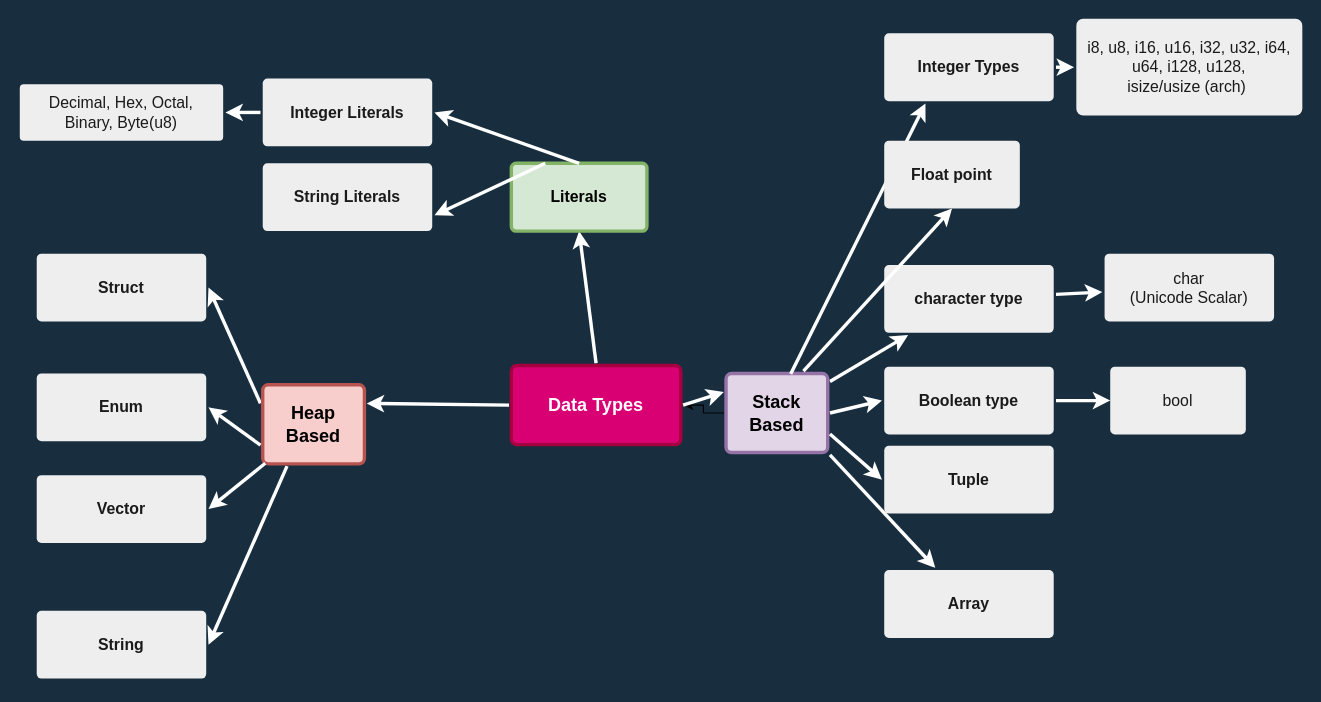
Above: page "Data Types" (1 of 2) of datatypes.drawio in gftea/rust_lang_notes (draw.io), before the change. Source tidied: cells renumbered, new cells numbered last; positions are measured from the earlier drawing's top-left corner, leaving out a move shared by most shapes. Both pictures are drawn from the tidied source at 113%, with x=0, y=0 at pixel (19, 18).
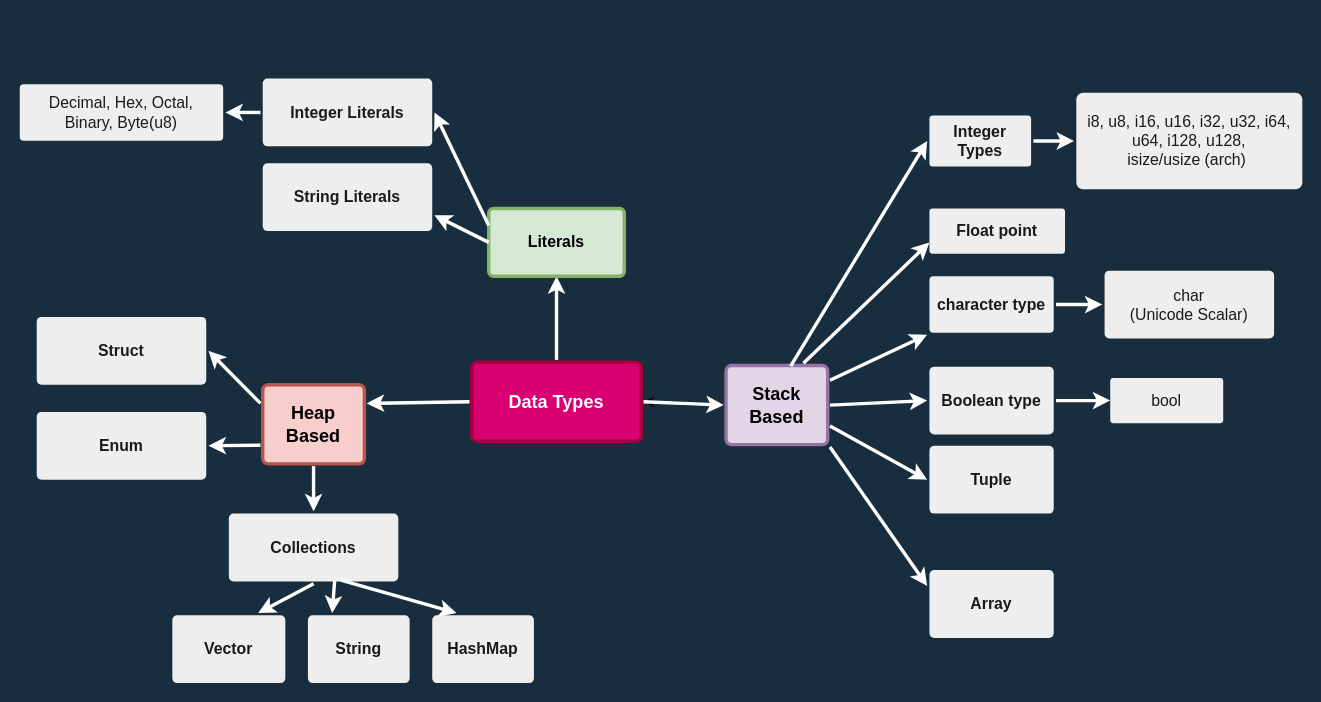
The same page after the edit.

The change refers to these unchanged cells:
```xml
<mxCell id="8" value="Integer Literals" style="rounded=1;whiteSpace=wrap;html=1;shadow=0;labelBackgroundColor=none;strokeColor=none;strokeWidth=3;fillColor=#EEEEEE;fontFamily=Helvetica;fontSize=14;fontColor=#1A1A1A;align=center;spacing=5;fontStyle=1;arcSize=7;perimeterSpacing=2;" parent="1" vertex="1">
  <mxGeometry x="215" y="53" width="150" height="60" as="geometry" />
</mxCell>
<mxCell id="30" value="Heap Based" style="rounded=1;whiteSpace=wrap;html=1;shadow=0;labelBackgroundColor=none;strokeColor=#b85450;strokeWidth=3;fillColor=#f8cecc;fontFamily=Helvetica;fontSize=16;align=center;fontStyle=1;spacing=5;arcSize=7;perimeterSpacing=2;" parent="1" vertex="1">
  <mxGeometry x="215" y="324" width="90" height="70" as="geometry" />
</mxCell>
<mxCell id="34" value="String Literals" style="rounded=1;whiteSpace=wrap;html=1;shadow=0;labelBackgroundColor=none;strokeColor=none;strokeWidth=3;fillColor=#EEEEEE;fontFamily=Helvetica;fontSize=14;fontColor=#1A1A1A;align=center;spacing=5;fontStyle=1;arcSize=7;perimeterSpacing=2;" parent="1" vertex="1">
  <mxGeometry x="215" y="128" width="150" height="60" as="geometry" />
</mxCell>
```

Diff of the diagram source:
```diff
@@
-    <mxCell id="4" style="edgeStyle=none;rounded=0;jumpStyle=none;html=1;shadow=0;labelBackgroundColor=none;startArrow=none;startFill=0;endArrow=classic;endFill=1;jettySize=auto;strokeColor=#FFFFFF;strokeWidth=3;fontFamily=Helvetica;fontSize=16;fontColor=#FFFFFF;spacing=5;entryX=1;entryY=0.5;entryDx=0;entryDy=0;exitX=0.25;exitY=1;exitDx=0;exitDy=0;" parent="1" edge="1" source="30" target="26">
+    <mxCell id="4" style="edgeStyle=none;rounded=0;jumpStyle=none;html=1;shadow=0;labelBackgroundColor=none;startArrow=none;startFill=0;endArrow=classic;endFill=1;jettySize=auto;strokeColor=#FFFFFF;strokeWidth=3;fontFamily=Helvetica;fontSize=16;fontColor=#FFFFFF;spacing=5;exitX=0.5;exitY=1;exitDx=0;exitDy=0;" parent="1" edge="1" source="30" target="42">
       <mxGeometry relative="1" as="geometry" />
     </mxCell>
@@
     <mxCell id="7" value="Stack Based" style="rounded=1;whiteSpace=wrap;html=1;shadow=0;labelBackgroundColor=none;strokeColor=#9673a6;strokeWidth=3;fillColor=#e1d5e7;fontFamily=Helvetica;fontSize=16;align=center;fontStyle=1;spacing=5;arcSize=7;perimeterSpacing=2;" parent="1" vertex="1">
-      <mxGeometry x="625" y="314" width="90" height="70" as="geometry" />
+      <mxGeometry x="625" y="307" width="90" height="70" as="geometry" />
     </mxCell>
@@
     <mxCell id="10" value="character type" style="rounded=1;whiteSpace=wrap;html=1;shadow=0;labelBackgroundColor=none;strokeColor=none;strokeWidth=3;fillColor=#EEEEEE;fontFamily=Helvetica;fontSize=14;fontColor=#1A1A1A;align=center;spacing=5;fontStyle=1;arcSize=7;perimeterSpacing=2;" parent="1" vertex="1">
-      <mxGeometry x="765" y="218" width="150" height="60" as="geometry" />
+      <mxGeometry x="805" y="228" width="110" height="50" as="geometry" />
     </mxCell>
     <mxCell id="11" value="char&lt;br&gt;(Unicode Scalar)" style="rounded=1;whiteSpace=wrap;html=1;shadow=0;labelBackgroundColor=none;strokeColor=none;strokeWidth=3;fillColor=#EEEEEE;fontFamily=Helvetica;fontSize=14;fontColor=#1A1A1A;align=center;spacing=5;fontStyle=0;arcSize=7;perimeterSpacing=2;" parent="1" vertex="1">
-      <mxGeometry x="960" y="208" width="150" height="60" as="geometry" />
+      <mxGeometry x="960" y="223" width="150" height="60" as="geometry" />
     </mxCell>
@@
     <mxCell id="13" value="Literals" style="whiteSpace=wrap;html=1;fontSize=14;fillColor=#d5e8d4;strokeColor=#82b366;rounded=1;shadow=0;labelBackgroundColor=none;strokeWidth=3;spacing=5;fontStyle=1;arcSize=7;" parent="1" vertex="1">
-      <mxGeometry x="435" y="128" width="120" height="60" as="geometry" />
+      <mxGeometry x="415" y="168" width="120" height="60" as="geometry" />
     </mxCell>
-    <mxCell id="14" style="edgeStyle=none;rounded=0;jumpStyle=none;html=1;shadow=0;labelBackgroundColor=none;startArrow=none;startFill=0;endArrow=classic;endFill=1;jettySize=auto;strokeColor=#FFFFFF;strokeWidth=3;fontFamily=Helvetica;fontSize=14;fontColor=#FFFFFF;spacing=5;entryX=1;entryY=0.5;entryDx=0;entryDy=0;exitX=0.5;exitY=0;exitDx=0;exitDy=0;" parent="1" edge="1" source="13" target="8">
+    <mxCell id="14" style="edgeStyle=none;rounded=0;jumpStyle=none;html=1;shadow=0;labelBackgroundColor=none;startArrow=none;startFill=0;endArrow=classic;endFill=1;jettySize=auto;strokeColor=#FFFFFF;strokeWidth=3;fontFamily=Helvetica;fontSize=14;fontColor=#FFFFFF;spacing=5;entryX=1;entryY=0.5;entryDx=0;entryDy=0;exitX=0;exitY=0.25;exitDx=0;exitDy=0;" parent="1" edge="1" source="13" target="8">
       <mxGeometry relative="1" as="geometry" />
     </mxCell>
-    <mxCell id="15" style="edgeStyle=none;rounded=0;jumpStyle=none;html=1;shadow=0;labelBackgroundColor=none;startArrow=none;startFill=0;endArrow=classic;endFill=1;jettySize=auto;strokeColor=#FFFFFF;strokeWidth=3;fontFamily=Helvetica;fontSize=14;fontColor=#FFFFFF;spacing=5;exitX=0.63;exitY=0.034;exitDx=0;exitDy=0;entryX=0.25;entryY=1;entryDx=0;entryDy=0;exitPerimeter=0;" parent="1" edge="1" source="7" target="17">
+    <mxCell id="15" style="edgeStyle=none;rounded=0;jumpStyle=none;html=1;shadow=0;labelBackgroundColor=none;startArrow=none;startFill=0;endArrow=classic;endFill=1;jettySize=auto;strokeColor=#FFFFFF;strokeWidth=3;fontFamily=Helvetica;fontSize=14;fontColor=#FFFFFF;spacing=5;exitX=0.63;exitY=0.034;exitDx=0;exitDy=0;entryX=0;entryY=0.5;entryDx=0;entryDy=0;exitPerimeter=0;" parent="1" edge="1" source="7" target="17">
       <mxGeometry relative="1" as="geometry" />
     </mxCell>
@@
     <mxCell id="17" value="Integer Types" style="rounded=1;whiteSpace=wrap;html=1;shadow=0;labelBackgroundColor=none;strokeColor=none;strokeWidth=3;fillColor=#EEEEEE;fontFamily=Helvetica;fontSize=14;fontColor=#1A1A1A;align=center;spacing=5;fontStyle=1;arcSize=7;perimeterSpacing=2;" parent="1" vertex="1">
-      <mxGeometry x="765" y="13" width="150" height="60" as="geometry" />
+      <mxGeometry x="805" y="85.8" width="90" height="45" as="geometry" />
     </mxCell>
     <mxCell id="18" value="&lt;span style=&quot;font-weight: normal;&quot;&gt;i8, u8, i16, u16, i32, u32, i64, u64, i128, u128, &lt;br&gt;isize/usize (arch)&amp;nbsp;&lt;/span&gt;" style="rounded=1;whiteSpace=wrap;html=1;shadow=0;labelBackgroundColor=none;strokeColor=none;strokeWidth=3;fillColor=#EEEEEE;fontFamily=Helvetica;fontSize=14;fontColor=#1A1A1A;align=center;spacing=5;fontStyle=1;arcSize=7;perimeterSpacing=2;" parent="1" vertex="1">
-      <mxGeometry x="935" y="0.2" width="200" height="85.5" as="geometry" />
+      <mxGeometry x="935" y="65.5" width="200" height="85.5" as="geometry" />
     </mxCell>
     <mxCell id="19" value="Boolean type" style="rounded=1;whiteSpace=wrap;html=1;shadow=0;labelBackgroundColor=none;strokeColor=none;strokeWidth=3;fillColor=#EEEEEE;fontFamily=Helvetica;fontSize=14;fontColor=#1A1A1A;align=center;spacing=5;fontStyle=1;arcSize=7;perimeterSpacing=2;" parent="1" vertex="1">
-      <mxGeometry x="765" y="308" width="150" height="60" as="geometry" />
+      <mxGeometry x="805" y="308" width="110" height="60" as="geometry" />
     </mxCell>
     <mxCell id="20" value="&lt;span style=&quot;font-weight: normal;&quot;&gt;bool&lt;/span&gt;" style="whiteSpace=wrap;html=1;fontSize=14;fillColor=#EEEEEE;strokeColor=none;fontColor=#1A1A1A;rounded=1;shadow=0;labelBackgroundColor=none;strokeWidth=3;spacing=5;fontStyle=1;arcSize=7;" parent="1" vertex="1">
-      <mxGeometry x="965" y="308" width="120" height="60" as="geometry" />
+      <mxGeometry x="965" y="318" width="100" height="40" as="geometry" />
     </mxCell>
-    <mxCell id="21" style="edgeStyle=none;rounded=0;jumpStyle=none;html=1;shadow=0;labelBackgroundColor=none;startArrow=none;startFill=0;endArrow=classic;endFill=1;jettySize=auto;strokeColor=#FFFFFF;strokeWidth=3;fontFamily=Helvetica;fontSize=16;fontColor=#FFFFFF;spacing=5;entryX=0.5;entryY=1;entryDx=0;entryDy=0;exitX=0.75;exitY=0;exitDx=0;exitDy=0;" parent="1" edge="1" source="7" target="22">
+    <mxCell id="21" style="edgeStyle=none;rounded=0;jumpStyle=none;html=1;shadow=0;labelBackgroundColor=none;startArrow=none;startFill=0;endArrow=classic;endFill=1;jettySize=auto;strokeColor=#FFFFFF;strokeWidth=3;fontFamily=Helvetica;fontSize=16;fontColor=#FFFFFF;spacing=5;entryX=0;entryY=0.75;entryDx=0;entryDy=0;exitX=0.75;exitY=0;exitDx=0;exitDy=0;" parent="1" edge="1" source="7" target="22">
       <mxGeometry relative="1" as="geometry" />
     </mxCell>
     <mxCell id="22" value="Float point" style="whiteSpace=wrap;html=1;fontSize=14;fillColor=#EEEEEE;strokeColor=none;fontColor=#1A1A1A;rounded=1;shadow=0;labelBackgroundColor=none;strokeWidth=3;spacing=5;fontStyle=1;arcSize=7;" parent="1" vertex="1">
-      <mxGeometry x="765" y="108" width="120" height="60" as="geometry" />
+      <mxGeometry x="805" y="168" width="120" height="40" as="geometry" />
     </mxCell>
     <mxCell id="23" value="Tuple" style="rounded=1;whiteSpace=wrap;html=1;shadow=0;labelBackgroundColor=none;strokeColor=none;strokeWidth=3;fillColor=#EEEEEE;fontFamily=Helvetica;fontSize=14;fontColor=#1A1A1A;align=center;spacing=5;fontStyle=1;arcSize=7;perimeterSpacing=2;" parent="1" vertex="1">
-      <mxGeometry x="765" y="378" width="150" height="60" as="geometry" />
+      <mxGeometry x="805" y="378" width="110" height="60" as="geometry" />
     </mxCell>
     <mxCell id="24" value="Array" style="rounded=1;whiteSpace=wrap;html=1;shadow=0;labelBackgroundColor=none;strokeColor=none;strokeWidth=3;fillColor=#EEEEEE;fontFamily=Helvetica;fontSize=14;fontColor=#1A1A1A;align=center;spacing=5;fontStyle=1;arcSize=7;perimeterSpacing=2;" parent="1" vertex="1">
-      <mxGeometry x="765" y="488" width="150" height="60" as="geometry" />
+      <mxGeometry x="805" y="488" width="110" height="60" as="geometry" />
     </mxCell>
-    <mxCell id="25" style="edgeStyle=none;rounded=0;jumpStyle=none;html=1;shadow=0;labelBackgroundColor=none;startArrow=none;startFill=0;endArrow=classic;endFill=1;jettySize=auto;strokeColor=#FFFFFF;strokeWidth=3;fontFamily=Helvetica;fontSize=16;fontColor=#FFFFFF;spacing=5;exitX=1;exitY=1;exitDx=0;exitDy=0;" parent="1" edge="1" source="7" target="24">
+    <mxCell id="25" style="edgeStyle=none;rounded=0;jumpStyle=none;html=1;shadow=0;labelBackgroundColor=none;startArrow=none;startFill=0;endArrow=classic;endFill=1;jettySize=auto;strokeColor=#FFFFFF;strokeWidth=3;fontFamily=Helvetica;fontSize=16;fontColor=#FFFFFF;spacing=5;exitX=1;exitY=1;exitDx=0;exitDy=0;entryX=0;entryY=0.25;entryDx=0;entryDy=0;" parent="1" edge="1" source="7" target="24">
       <mxGeometry relative="1" as="geometry" />
     </mxCell>
     <mxCell id="26" value="String" style="rounded=1;whiteSpace=wrap;html=1;shadow=0;labelBackgroundColor=none;strokeColor=none;strokeWidth=3;fillColor=#EEEEEE;fontFamily=Helvetica;fontSize=14;fontColor=#1A1A1A;align=center;spacing=5;fontStyle=1;arcSize=7;perimeterSpacing=2;" parent="1" vertex="1">
-      <mxGeometry x="15" y="524" width="150" height="60" as="geometry" />
+      <mxGeometry x="255" y="528" width="90" height="60" as="geometry" />
     </mxCell>
     <mxCell id="27" value="Struct" style="rounded=1;whiteSpace=wrap;html=1;shadow=0;labelBackgroundColor=none;strokeColor=none;strokeWidth=3;fillColor=#EEEEEE;fontFamily=Helvetica;fontSize=14;fontColor=#1A1A1A;align=center;spacing=5;fontStyle=1;arcSize=7;perimeterSpacing=2;" parent="1" vertex="1">
-      <mxGeometry x="15" y="208" width="150" height="60" as="geometry" />
+      <mxGeometry x="15" y="264" width="150" height="60" as="geometry" />
     </mxCell>
     <mxCell id="28" value="Enum" style="rounded=1;whiteSpace=wrap;html=1;shadow=0;labelBackgroundColor=none;strokeColor=none;strokeWidth=3;fillColor=#EEEEEE;fontFamily=Helvetica;fontSize=14;fontColor=#1A1A1A;align=center;spacing=5;fontStyle=1;arcSize=7;perimeterSpacing=2;" parent="1" vertex="1">
-      <mxGeometry x="15" y="314" width="150" height="60" as="geometry" />
+      <mxGeometry x="15" y="348" width="150" height="60" as="geometry" />
     </mxCell>
     <mxCell id="29" value="Vector" style="rounded=1;whiteSpace=wrap;html=1;shadow=0;labelBackgroundColor=none;strokeColor=none;strokeWidth=3;fillColor=#EEEEEE;fontFamily=Helvetica;fontSize=14;fontColor=#1A1A1A;align=center;spacing=5;fontStyle=1;arcSize=7;perimeterSpacing=2;" parent="1" vertex="1">
-      <mxGeometry x="15" y="404" width="150" height="60" as="geometry" />
+      <mxGeometry x="135" y="528" width="100" height="60" as="geometry" />
     </mxCell>
@@
-    <mxCell id="32" style="edgeStyle=none;rounded=0;jumpStyle=none;html=1;shadow=0;labelBackgroundColor=none;startArrow=none;startFill=0;endArrow=classic;endFill=1;jettySize=auto;strokeColor=#FFFFFF;strokeWidth=3;fontFamily=Helvetica;fontSize=16;fontColor=#FFFFFF;spacing=5;entryX=1;entryY=0.5;entryDx=0;entryDy=0;exitX=0.045;exitY=0.966;exitDx=0;exitDy=0;exitPerimeter=0;" parent="1" edge="1" source="30" target="29">
+    <mxCell id="32" style="edgeStyle=none;rounded=0;jumpStyle=none;html=1;shadow=0;labelBackgroundColor=none;startArrow=none;startFill=0;endArrow=classic;endFill=1;jettySize=auto;strokeColor=#FFFFFF;strokeWidth=3;fontFamily=Helvetica;fontSize=16;fontColor=#FFFFFF;spacing=5;entryX=0.75;entryY=0;entryDx=0;entryDy=0;exitX=0.5;exitY=1;exitDx=0;exitDy=0;" parent="1" edge="1" source="42" target="29">
       <mxGeometry relative="1" as="geometry" />
     </mxCell>
@@
-    <mxCell id="35" style="edgeStyle=none;rounded=0;jumpStyle=none;html=1;shadow=0;labelBackgroundColor=none;startArrow=none;startFill=0;endArrow=classic;endFill=1;jettySize=auto;strokeColor=#FFFFFF;strokeWidth=3;fontFamily=Helvetica;fontSize=14;fontColor=#FFFFFF;spacing=5;entryX=1;entryY=0.75;entryDx=0;entryDy=0;exitX=0.25;exitY=0;exitDx=0;exitDy=0;" parent="1" edge="1" source="13" target="34">
+    <mxCell id="35" style="edgeStyle=none;rounded=0;jumpStyle=none;html=1;shadow=0;labelBackgroundColor=none;startArrow=none;startFill=0;endArrow=classic;endFill=1;jettySize=auto;strokeColor=#FFFFFF;strokeWidth=3;fontFamily=Helvetica;fontSize=14;fontColor=#FFFFFF;spacing=5;entryX=1;entryY=0.75;entryDx=0;entryDy=0;exitX=0;exitY=0.5;exitDx=0;exitDy=0;" parent="1" edge="1" source="13" target="34">
       <mxGeometry relative="1" as="geometry" />
     </mxCell>
@@
     <mxCell id="37" value="Data Types" style="rounded=1;whiteSpace=wrap;html=1;shadow=0;labelBackgroundColor=none;strokeColor=#A50040;strokeWidth=3;fillColor=#d80073;fontFamily=Helvetica;fontSize=16;align=center;fontStyle=1;spacing=5;arcSize=7;perimeterSpacing=2;fontColor=#ffffff;" parent="1" vertex="1">
-      <mxGeometry x="435" y="307" width="150" height="70" as="geometry" />
+      <mxGeometry x="400" y="304" width="150" height="70" as="geometry" />
     </mxCell>
@@
-    <mxCell id="41" style="edgeStyle=none;rounded=0;jumpStyle=none;html=1;shadow=0;labelBackgroundColor=none;startArrow=none;startFill=0;endArrow=classic;endFill=1;jettySize=auto;strokeColor=#FFFFFF;strokeWidth=3;fontFamily=Helvetica;fontSize=16;fontColor=#FFFFFF;spacing=5;entryX=0;entryY=0.25;entryDx=0;entryDy=0;exitX=1;exitY=0.5;exitDx=0;exitDy=0;" parent="1" edge="1" source="37" target="7">
+    <mxCell id="41" style="edgeStyle=none;rounded=0;jumpStyle=none;html=1;shadow=0;labelBackgroundColor=none;startArrow=none;startFill=0;endArrow=classic;endFill=1;jettySize=auto;strokeColor=#FFFFFF;strokeWidth=3;fontFamily=Helvetica;fontSize=16;fontColor=#FFFFFF;spacing=5;entryX=0;entryY=0.5;entryDx=0;entryDy=0;exitX=1;exitY=0.5;exitDx=0;exitDy=0;" parent="1" edge="1" source="37" target="7">
       <mxGeometry relative="1" as="geometry" />
     </mxCell>
+    <mxCell id="42" value="Collections" style="rounded=1;whiteSpace=wrap;html=1;shadow=0;labelBackgroundColor=none;strokeColor=none;strokeWidth=3;fillColor=#EEEEEE;fontFamily=Helvetica;fontSize=14;fontColor=#1A1A1A;align=center;spacing=5;fontStyle=1;arcSize=7;perimeterSpacing=2;" parent="1" vertex="1">
+      <mxGeometry x="185" y="438" width="150" height="60" as="geometry" />
+    </mxCell>
+    <mxCell id="43" style="edgeStyle=none;rounded=0;jumpStyle=none;html=1;shadow=0;labelBackgroundColor=none;startArrow=none;startFill=0;endArrow=classic;endFill=1;jettySize=auto;strokeColor=#FFFFFF;strokeWidth=3;fontFamily=Helvetica;fontSize=16;fontColor=#FFFFFF;spacing=5;entryX=0.25;entryY=0;entryDx=0;entryDy=0;exitX=0.621;exitY=0.966;exitDx=0;exitDy=0;exitPerimeter=0;" parent="1" edge="1" source="42" target="26">
+      <mxGeometry relative="1" as="geometry" />
+    </mxCell>
+    <mxCell id="44" value="HashMap" style="rounded=1;whiteSpace=wrap;html=1;shadow=0;labelBackgroundColor=none;strokeColor=none;strokeWidth=3;fillColor=#EEEEEE;fontFamily=Helvetica;fontSize=14;fontColor=#1A1A1A;align=center;spacing=5;fontStyle=1;arcSize=7;perimeterSpacing=2;" parent="1" vertex="1">
+      <mxGeometry x="365" y="528" width="90" height="60" as="geometry" />
+    </mxCell>
+    <mxCell id="45" style="edgeStyle=none;rounded=0;jumpStyle=none;html=1;shadow=0;labelBackgroundColor=none;startArrow=none;startFill=0;endArrow=classic;endFill=1;jettySize=auto;strokeColor=#FFFFFF;strokeWidth=3;fontFamily=Helvetica;fontSize=16;fontColor=#FFFFFF;spacing=5;entryX=0.25;entryY=0;entryDx=0;entryDy=0;exitX=0.657;exitY=0.953;exitDx=0;exitDy=0;exitPerimeter=0;" parent="1" edge="1" source="42" target="44">
+      <mxGeometry relative="1" as="geometry" />
+    </mxCell>
```
